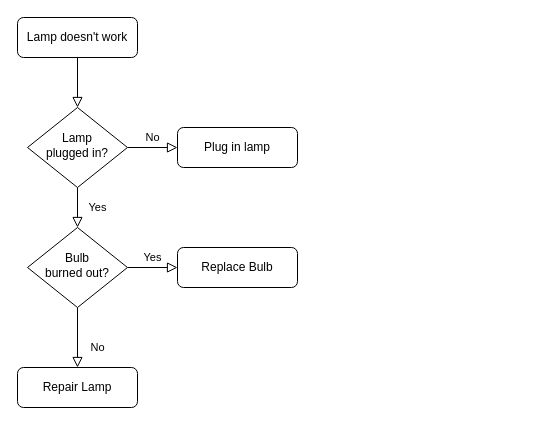
This is Untitled Diagram.drawio from FerSolano18/ProyectoProgra, a draw.io file, before an edit. Source tidied: cells renumbered, new cells numbered last; positions are measured from the earlier drawing's top-left corner, leaving out a move shared by most shapes. Both pictures are drawn from the tidied source at 100%, with x=0, y=0 at pixel (17, 17).
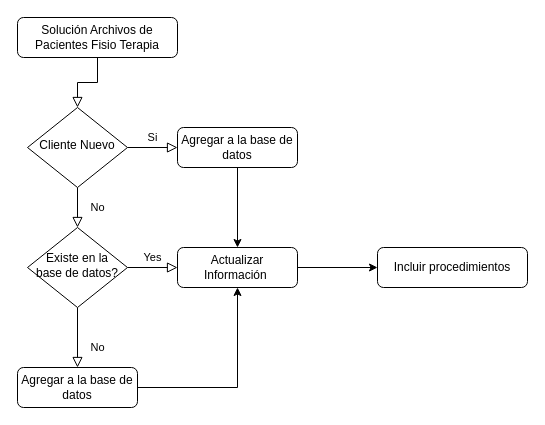
Above is the later version.

Diff of the diagram source:
```diff
@@
 <mxGraphModel>
   <root>
     <mxCell id="0" />
     <mxCell id="1" parent="0" />
     <mxCell id="2" style="rounded=0;html=1;jettySize=auto;fontSize=11;endArrow=block;endFill=0;endSize=8;strokeWidth=1;shadow=0;labelBackgroundColor=none;edgeStyle=orthogonalEdgeStyle;" parent="1" edge="1" source="3" target="6">
       <mxGeometry relative="1" as="geometry" />
     </mxCell>
-    <mxCell id="3" value="Lamp doesn't work" style="rounded=1;whiteSpace=wrap;html=1;fontSize=12;glass=0;strokeWidth=1;shadow=0;" parent="1" vertex="1">
-      <mxGeometry width="120" height="40" as="geometry" />
+    <mxCell id="3" value="Solución Archivos de Pacientes Fisio Terapia" style="rounded=1;whiteSpace=wrap;html=1;fontSize=12;glass=0;strokeWidth=1;shadow=0;" parent="1" vertex="1">
+      <mxGeometry width="160" height="40" as="geometry" />
     </mxCell>
-    <mxCell id="4" value="Yes" style="rounded=0;html=1;jettySize=auto;fontSize=11;endArrow=block;endFill=0;endSize=8;strokeWidth=1;shadow=0;labelBackgroundColor=none;edgeStyle=orthogonalEdgeStyle;" parent="1" edge="1" source="6" target="10">
+    <mxCell id="4" value="No" style="rounded=0;html=1;jettySize=auto;fontSize=11;endArrow=block;endFill=0;endSize=8;strokeWidth=1;shadow=0;labelBackgroundColor=none;edgeStyle=orthogonalEdgeStyle;" parent="1" edge="1" source="6" target="10">
       <mxGeometry y="20" relative="1" as="geometry" />
     </mxCell>
-    <mxCell id="5" value="No" style="edgeStyle=orthogonalEdgeStyle;rounded=0;html=1;jettySize=auto;fontSize=11;endArrow=block;endFill=0;endSize=8;strokeWidth=1;shadow=0;labelBackgroundColor=none;" parent="1" edge="1" source="6" target="7">
+    <mxCell id="5" value="Si" style="edgeStyle=orthogonalEdgeStyle;rounded=0;html=1;jettySize=auto;fontSize=11;endArrow=block;endFill=0;endSize=8;strokeWidth=1;shadow=0;labelBackgroundColor=none;" parent="1" edge="1" source="6" target="7">
       <mxGeometry y="10" relative="1" as="geometry" />
     </mxCell>
-    <mxCell id="6" value="Lamp&lt;br&gt;plugged in?" style="rhombus;whiteSpace=wrap;html=1;shadow=0;fontFamily=Helvetica;fontSize=12;align=center;strokeWidth=1;spacing=6;spacingTop=-4;" parent="1" vertex="1">
+    <mxCell id="6" value="Cliente Nuevo" style="rhombus;whiteSpace=wrap;html=1;shadow=0;fontFamily=Helvetica;fontSize=12;align=center;strokeWidth=1;spacing=6;spacingTop=-4;" parent="1" vertex="1">
       <mxGeometry x="10" y="90" width="100" height="80" as="geometry" />
     </mxCell>
+    <mxCell id="13" style="edgeStyle=orthogonalEdgeStyle;rounded=0;jettySize=auto;html=1;exitX=0.5;exitY=1;exitDx=0;exitDy=0;entryX=0.5;entryY=0;entryDx=0;entryDy=0;" parent="1" edge="1" source="7" target="12">
+      <mxGeometry relative="1" as="geometry" />
+    </mxCell>
-    <mxCell id="7" value="Plug in lamp" style="rounded=1;whiteSpace=wrap;html=1;fontSize=12;glass=0;strokeWidth=1;shadow=0;" parent="1" vertex="1">
+    <mxCell id="7" value="Agregar a la base de datos" style="rounded=1;whiteSpace=wrap;html=1;fontSize=12;glass=0;strokeWidth=1;shadow=0;" parent="1" vertex="1">
       <mxGeometry x="160" y="110" width="120" height="40" as="geometry" />
     </mxCell>
     <mxCell id="8" value="No" style="rounded=0;html=1;jettySize=auto;fontSize=11;endArrow=block;endFill=0;endSize=8;strokeWidth=1;shadow=0;labelBackgroundColor=none;edgeStyle=orthogonalEdgeStyle;" parent="1" edge="1" source="10" target="11">
       <mxGeometry x="0.33" y="20" relative="1" as="geometry" />
     </mxCell>
     <mxCell id="9" value="Yes" style="edgeStyle=orthogonalEdgeStyle;rounded=0;html=1;jettySize=auto;fontSize=11;endArrow=block;endFill=0;endSize=8;strokeWidth=1;shadow=0;labelBackgroundColor=none;" parent="1" edge="1" source="10" target="12">
       <mxGeometry y="10" relative="1" as="geometry" />
     </mxCell>
-    <mxCell id="10" value="Bulb&lt;br&gt;burned out?" style="rhombus;whiteSpace=wrap;html=1;shadow=0;fontFamily=Helvetica;fontSize=12;align=center;strokeWidth=1;spacing=6;spacingTop=-4;" parent="1" vertex="1">
+    <mxCell id="10" value="Existe en la base de datos?" style="rhombus;whiteSpace=wrap;html=1;shadow=0;fontFamily=Helvetica;fontSize=12;align=center;strokeWidth=1;spacing=6;spacingTop=-4;" parent="1" vertex="1">
       <mxGeometry x="10" y="210" width="100" height="80" as="geometry" />
     </mxCell>
+    <mxCell id="14" style="edgeStyle=orthogonalEdgeStyle;rounded=0;jettySize=auto;html=1;exitX=1;exitY=0.5;exitDx=0;exitDy=0;entryX=0.5;entryY=1;entryDx=0;entryDy=0;" parent="1" edge="1" source="11" target="12">
+      <mxGeometry relative="1" as="geometry" />
+    </mxCell>
-    <mxCell id="11" value="Repair Lamp" style="rounded=1;whiteSpace=wrap;html=1;fontSize=12;glass=0;strokeWidth=1;shadow=0;" parent="1" vertex="1">
+    <mxCell id="11" value="Agregar a la base de datos" style="rounded=1;whiteSpace=wrap;html=1;fontSize=12;glass=0;strokeWidth=1;shadow=0;" parent="1" vertex="1">
       <mxGeometry y="350" width="120" height="40" as="geometry" />
     </mxCell>
+    <mxCell id="15" style="edgeStyle=orthogonalEdgeStyle;rounded=0;jettySize=auto;html=1;" parent="1" edge="1" source="12" target="16">
+      <mxGeometry relative="1" as="geometry" />
+    </mxCell>
-    <mxCell id="12" value="Replace Bulb" style="rounded=1;whiteSpace=wrap;html=1;fontSize=12;glass=0;strokeWidth=1;shadow=0;" parent="1" vertex="1">
+    <mxCell id="12" value="Actualizar Información&amp;nbsp;" style="rounded=1;whiteSpace=wrap;html=1;fontSize=12;glass=0;strokeWidth=1;shadow=0;" parent="1" vertex="1">
       <mxGeometry x="160" y="230" width="120" height="40" as="geometry" />
     </mxCell>
+    <mxCell id="16" value="Incluir procedimientos" style="rounded=1;whiteSpace=wrap;html=1;fontSize=12;glass=0;strokeWidth=1;shadow=0;" parent="1" vertex="1">
+      <mxGeometry x="360" y="230" width="150" height="40" as="geometry" />
+    </mxCell>
   </root>
 </mxGraphModel>
```
